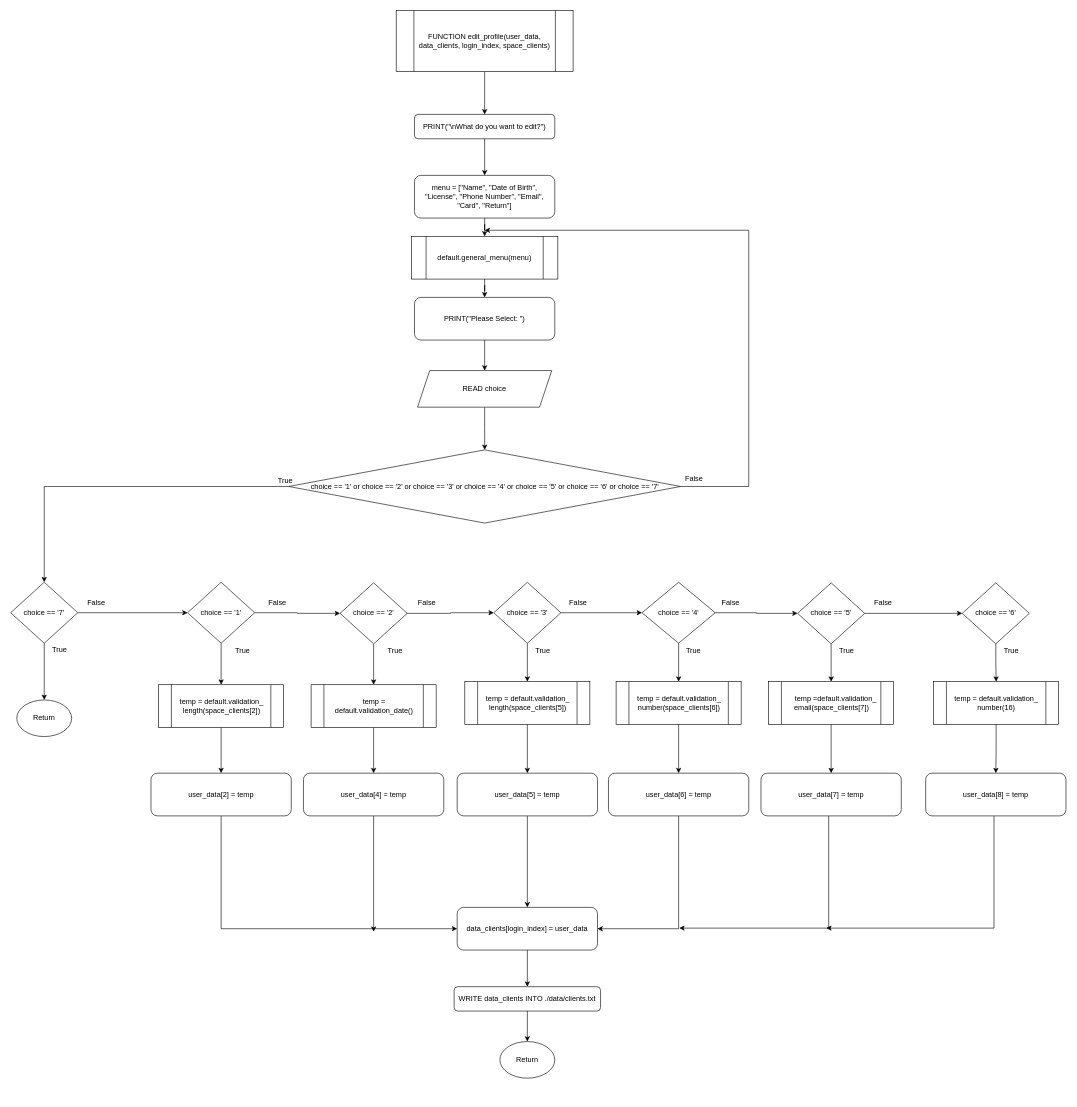
The draw.io diagram Flowchart/clients/edit_profile.drawio in RabbitBear00/Car-Rental-System, before the edit. Source tidied: cells renumbered, new cells numbered last; positions are measured from the earlier drawing's top-left corner, leaving out a move shared by most shapes. Both pictures are drawn from the tidied source at 61%, with x=0, y=0 at pixel (10, 10).
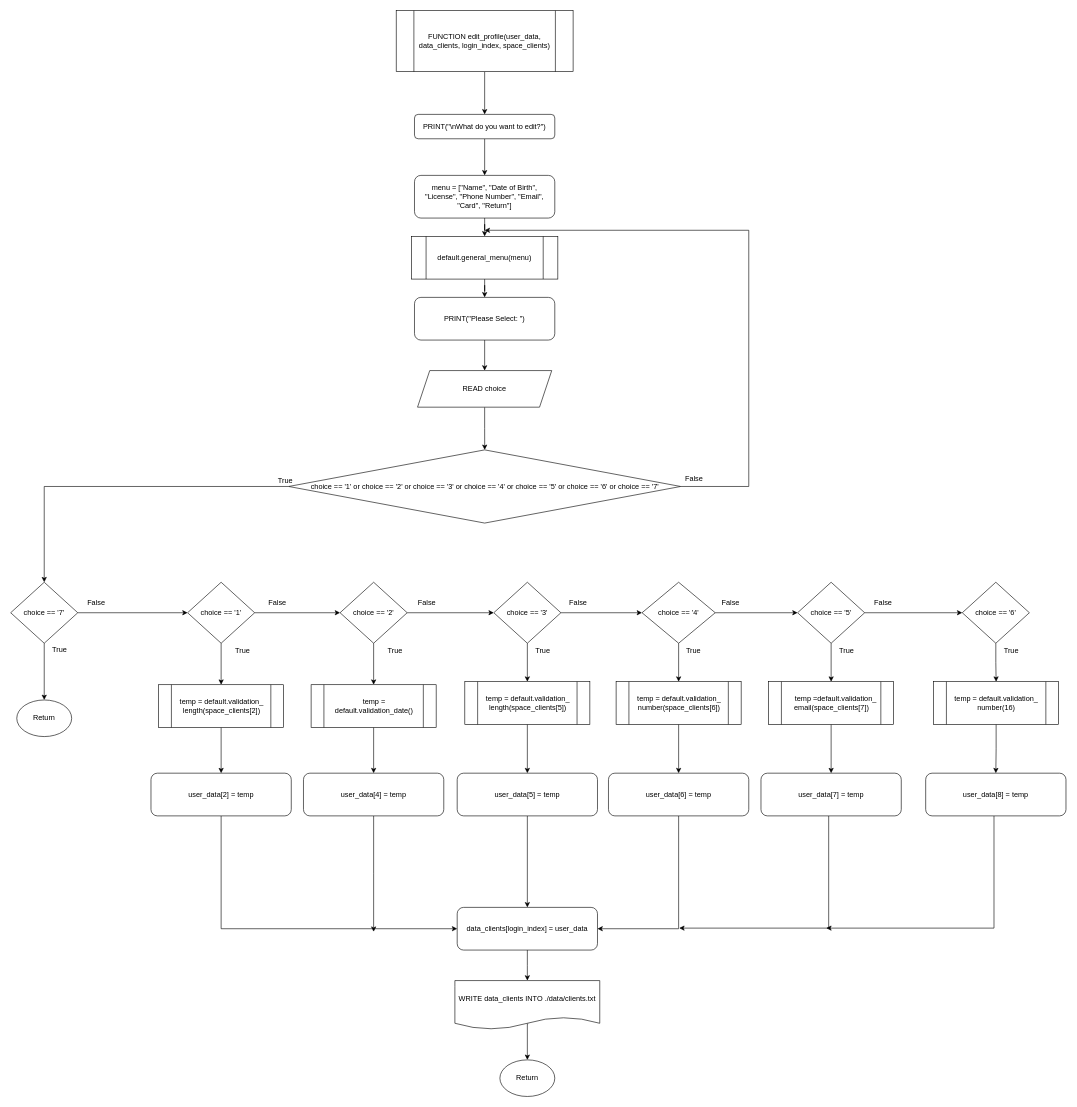
Above is the later version.

The change refers to these unchanged cells:
```xml
<mxCell id="63" value="data_clients[login_index] = user_data" style="rounded=1;whiteSpace=wrap;html=1;" parent="1" vertex="1">
  <mxGeometry x="732" y="1470" width="230" height="70" as="geometry" />
</mxCell>
```

The edit, as a diff of the source:
```diff
@@
     <mxCell id="14" value="choice == '2'" style="rhombus;whiteSpace=wrap;html=1;" parent="1" vertex="1">
-      <mxGeometry x="540" y="938" width="110" height="100" as="geometry" />
+      <mxGeometry x="540" y="937" width="110" height="100" as="geometry" />
     </mxCell>
@@
     <mxCell id="23" value="choice == '5'" style="rhombus;whiteSpace=wrap;html=1;" parent="1" vertex="1">
-      <mxGeometry x="1290" y="938" width="110" height="100" as="geometry" />
+      <mxGeometry x="1290" y="937" width="110" height="100" as="geometry" />
     </mxCell>
@@
     <mxCell id="25" value="choice == '6'" style="rhombus;whiteSpace=wrap;html=1;" parent="1" vertex="1">
-      <mxGeometry x="1560" y="938" width="110" height="100" as="geometry" />
+      <mxGeometry x="1560" y="937" width="110" height="100" as="geometry" />
     </mxCell>
@@
-    <mxCell id="62" style="edgeStyle=orthogonalEdgeStyle;rounded=0;jettySize=auto;html=1;" parent="1" edge="1" source="63" target="65">
+    <mxCell id="62" style="edgeStyle=orthogonalEdgeStyle;rounded=0;jettySize=auto;html=1;endArrow=classic;endFill=1;" parent="1" edge="1" source="63" target="65">
       <mxGeometry relative="1" as="geometry" />
     </mxCell>
@@
-    <mxCell id="64" style="edgeStyle=orthogonalEdgeStyle;rounded=0;jettySize=auto;html=1;" parent="1" edge="1" source="65" target="66">
-      <mxGeometry relative="1" as="geometry" />
-    </mxCell>
-    <mxCell id="65" value="WRITE data_clients INTO&amp;nbsp;./data/clients.txt" style="rounded=1;whiteSpace=wrap;html=1;" parent="1" vertex="1">
-      <mxGeometry x="727" y="1600" width="240" height="40" as="geometry" />
-    </mxCell>
     <mxCell id="66" value="Return" style="ellipse;whiteSpace=wrap;html=1;" parent="1" vertex="1">
-      <mxGeometry x="802" y="1690" width="90" height="60" as="geometry" />
+      <mxGeometry x="802" y="1720" width="90" height="60" as="geometry" />
     </mxCell>
@@
+    <mxCell id="64" style="edgeStyle=orthogonalEdgeStyle;rounded=0;jettySize=auto;html=1;endArrow=classic;endFill=1;exitX=0.506;exitY=0.885;exitDx=0;exitDy=0;exitPerimeter=0;" parent="1" edge="1" source="65" target="66">
+      <mxGeometry relative="1" as="geometry">
+        <Array as="points">
+          <mxPoint x="847" y="1661" />
+        </Array>
+      </mxGeometry>
+    </mxCell>
+    <mxCell id="65" value="&lt;span&gt;WRITE data_clients INTO&amp;nbsp;./data/clients.txt&lt;/span&gt;" style="shape=document;whiteSpace=wrap;html=1;boundedLbl=1;size=0.25;" parent="1" vertex="1">
+      <mxGeometry x="728.2" y="1590" width="237.5" height="80" as="geometry" />
+    </mxCell>
```
